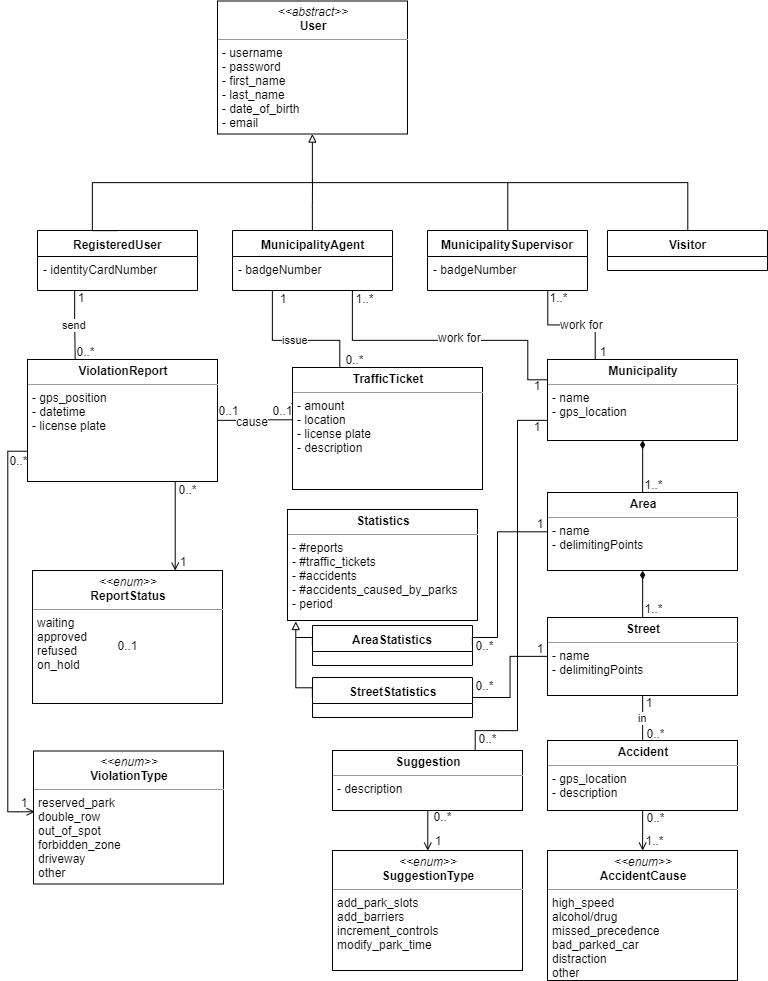
The draw.io diagram RASD/img/ClassDiagram.png in SimoneSartoni/SoftwareEngineering2, before a commit. Source tidied: cells renumbered, new cells last; positions are measured from the earlier drawing's top-left corner, leaving out a move shared by most shapes.
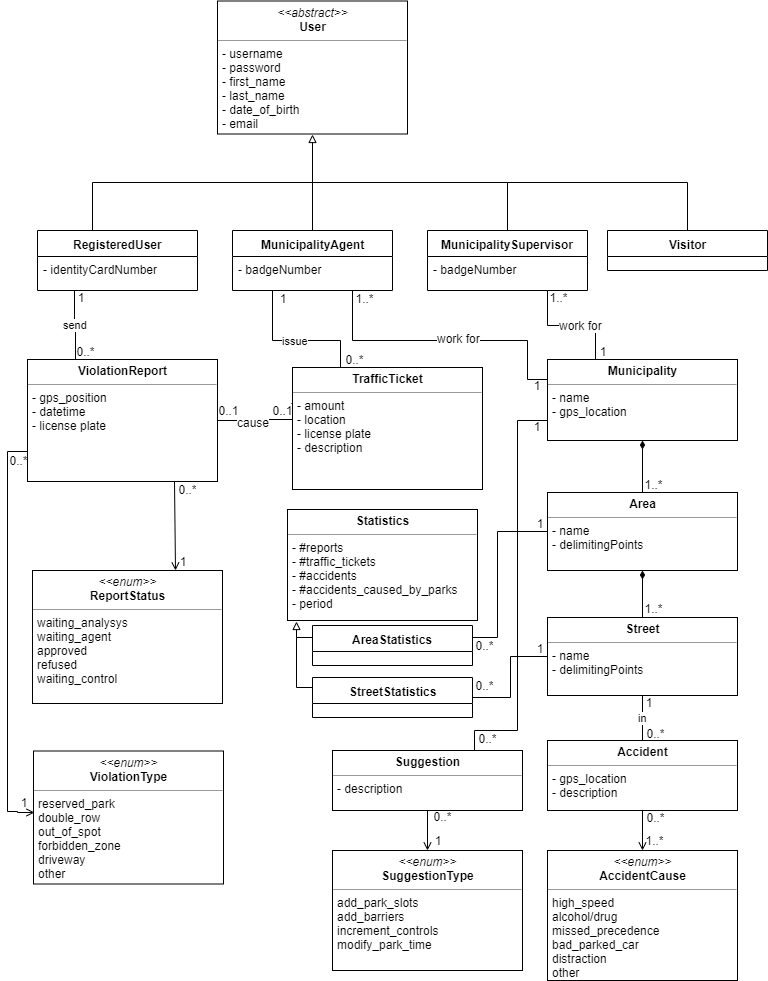
Above is the later version.

Commit message:
add report state diagram and user login sequence diagram

Diff of the diagram source:
```diff
@@ -130,7 +130,7 @@
     <mxCell id="28" value="1" style="text;html=1;strokeColor=none;fillColor=none;align=center;verticalAlign=middle;whiteSpace=wrap;rounded=0;" parent="1" vertex="1">
       <mxGeometry x="280" y="400" width="10" height="10" as="geometry" />
     </mxCell>
-    <mxCell id="29" value="&lt;p style=&quot;margin: 0px ; margin-top: 4px ; text-align: center&quot;&gt;&lt;i&gt;&amp;lt;&amp;lt;enum&amp;gt;&amp;gt;&lt;/i&gt;&lt;br&gt;&lt;b&gt;ReportStatus&lt;/b&gt;&lt;/p&gt;&lt;hr size=&quot;1&quot;&gt;&lt;p style=&quot;margin: 0px ; margin-left: 4px&quot;&gt;waiting&lt;/p&gt;&lt;p style=&quot;margin: 0px ; margin-left: 4px&quot;&gt;approved&lt;/p&gt;&lt;p style=&quot;margin: 0px ; margin-left: 4px&quot;&gt;refused&lt;/p&gt;&lt;p style=&quot;margin: 0px ; margin-left: 4px&quot;&gt;on_hold&lt;/p&gt;&lt;p style=&quot;margin: 0px ; margin-left: 4px&quot;&gt;&lt;br&gt;&lt;/p&gt;" style="verticalAlign=top;align=left;overflow=fill;fontSize=12;fontFamily=Helvetica;html=1;rounded=0;shadow=0;comic=0;labelBackgroundColor=none;strokeColor=#000000;strokeWidth=1;fillColor=#ffffff;" parent="1" vertex="1">
+    <mxCell id="29" value="&lt;p style=&quot;margin: 0px ; margin-top: 4px ; text-align: center&quot;&gt;&lt;i&gt;&amp;lt;&amp;lt;enum&amp;gt;&amp;gt;&lt;/i&gt;&lt;br&gt;&lt;b&gt;ReportStatus&lt;/b&gt;&lt;/p&gt;&lt;hr size=&quot;1&quot;&gt;&lt;p style=&quot;margin: 0px ; margin-left: 4px&quot;&gt;waiting_analysys&lt;/p&gt;&lt;p style=&quot;margin: 0px ; margin-left: 4px&quot;&gt;waiting_agent&lt;/p&gt;&lt;p style=&quot;margin: 0px ; margin-left: 4px&quot;&gt;approved&lt;/p&gt;&lt;p style=&quot;margin: 0px ; margin-left: 4px&quot;&gt;refused&lt;/p&gt;&lt;p style=&quot;margin: 0px ; margin-left: 4px&quot;&gt;waiting_control&lt;/p&gt;&lt;p style=&quot;margin: 0px ; margin-left: 4px&quot;&gt;&lt;br&gt;&lt;/p&gt;" style="verticalAlign=top;align=left;overflow=fill;fontSize=12;fontFamily=Helvetica;html=1;rounded=0;shadow=0;comic=0;labelBackgroundColor=none;strokeColor=#000000;strokeWidth=1;fillColor=#ffffff;" parent="1" vertex="1">
       <mxGeometry x="25" y="570" width="190" height="133" as="geometry" />
     </mxCell>
     <mxCell id="30" value="0..*" style="text;html=1;strokeColor=none;fillColor=none;align=center;verticalAlign=middle;whiteSpace=wrap;rounded=0;" parent="1" vertex="1">
@@ -142,9 +142,6 @@
     <mxCell id="32" value="&lt;p style=&quot;margin: 0px ; margin-top: 4px ; text-align: center&quot;&gt;&lt;b&gt;TrafficTicket&lt;/b&gt;&lt;/p&gt;&lt;hr size=&quot;1&quot;&gt;&lt;p style=&quot;margin: 0px ; margin-left: 4px&quot;&gt;- amount&lt;/p&gt;&lt;p style=&quot;margin: 0px ; margin-left: 4px&quot;&gt;- location&lt;/p&gt;&lt;p style=&quot;margin: 0px ; margin-left: 4px&quot;&gt;- license plate&lt;/p&gt;&lt;p style=&quot;margin: 0px ; margin-left: 4px&quot;&gt;- description&lt;/p&gt;&lt;p style=&quot;margin: 0px ; margin-left: 4px&quot;&gt;&lt;br&gt;&lt;/p&gt;" style="verticalAlign=top;align=left;overflow=fill;fontSize=12;fontFamily=Helvetica;html=1;rounded=0;shadow=0;comic=0;labelBackgroundColor=none;strokeColor=#000000;strokeWidth=1;fillColor=#ffffff;" parent="1" vertex="1">
       <mxGeometry x="285" y="367" width="190" height="122" as="geometry" />
     </mxCell>
-    <mxCell id="33" value="0..1" style="text;html=1;strokeColor=none;fillColor=none;align=center;verticalAlign=middle;whiteSpace=wrap;rounded=0;" parent="1" vertex="1">
-      <mxGeometry x="115" y="640" width="10" height="10" as="geometry" />
-    </mxCell>
     <mxCell id="34" value="&lt;p style=&quot;margin: 0px ; margin-top: 4px ; text-align: center&quot;&gt;&lt;b&gt;Municipality&lt;/b&gt;&lt;/p&gt;&lt;hr size=&quot;1&quot;&gt;&lt;p style=&quot;margin: 0px ; margin-left: 4px&quot;&gt;- name&lt;/p&gt;&lt;p style=&quot;margin: 0px ; margin-left: 4px&quot;&gt;- gps_location&lt;/p&gt;&lt;p style=&quot;margin: 0px ; margin-left: 4px&quot;&gt;&lt;br&gt;&lt;/p&gt;" style="verticalAlign=top;align=left;overflow=fill;fontSize=12;fontFamily=Helvetica;html=1;rounded=0;shadow=0;comic=0;labelBackgroundColor=none;strokeColor=#000000;strokeWidth=1;fillColor=#ffffff;" parent="1" vertex="1">
       <mxGeometry x="540" y="359" width="190" height="81" as="geometry" />
     </mxCell>
```
